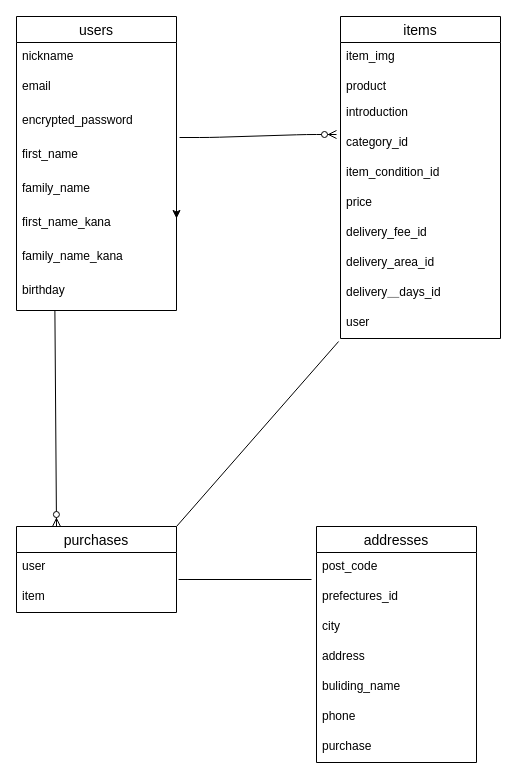
hiroto0308/furima-31075 keeps this draw.io diagram as test.dio. Above is the earlier version. Source tidied: cells renumbered, new cells numbered last; positions are measured from the earlier drawing's top-left corner, leaving out a move shared by most shapes. Both pictures are drawn from the tidied source at 100%, with x=0, y=0 at pixel (16, 16).
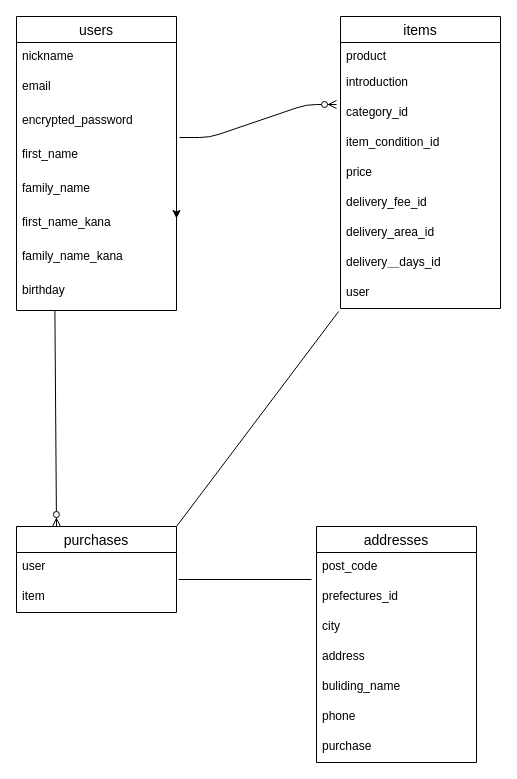
Above is the later version.

Commit message (it also covers changes not shown here):
テーブル設計(修正５)

What changed in the source:
```diff
@@
     <mxCell id="11" value="items" style="swimlane;fontStyle=0;horizontal=1;startSize=26;align=center;fontSize=14;" parent="1" vertex="1">
-      <mxGeometry x="324" width="160" height="322" as="geometry" />
+      <mxGeometry x="324" width="160" height="292" as="geometry" />
     </mxCell>
-    <mxCell id="12" value="item_img" style="text;strokeColor=none;fillColor=none;spacingLeft=4;spacingRight=4;overflow=hidden;fontSize=12;" parent="11" vertex="1">
-      <mxGeometry y="26" width="160" height="30" as="geometry" />
-    </mxCell>
     <mxCell id="13" value="product" style="text;strokeColor=none;fillColor=none;spacingLeft=4;spacingRight=4;overflow=hidden;fontSize=12;" parent="11" vertex="1">
-      <mxGeometry y="56" width="160" height="26" as="geometry" />
+      <mxGeometry y="26" width="160" height="26" as="geometry" />
     </mxCell>
     <mxCell id="14" value="introduction" style="text;strokeColor=none;fillColor=none;spacingLeft=4;spacingRight=4;overflow=hidden;fontSize=12;" parent="11" vertex="1">
-      <mxGeometry y="82" width="160" height="30" as="geometry" />
+      <mxGeometry y="52" width="160" height="30" as="geometry" />
     </mxCell>
     <mxCell id="15" value="category_id&#10;&#10;" style="text;strokeColor=none;fillColor=none;spacingLeft=4;spacingRight=4;overflow=hidden;points=[[0,0.5],[1,0.5]];portConstraint=eastwest;fontSize=12;" parent="11" vertex="1">
-      <mxGeometry y="112" width="160" height="30" as="geometry" />
+      <mxGeometry y="82" width="160" height="30" as="geometry" />
     </mxCell>
     <mxCell id="16" value="item_condition_id" style="text;strokeColor=none;fillColor=none;spacingLeft=4;spacingRight=4;overflow=hidden;fontSize=12;" parent="11" vertex="1">
-      <mxGeometry y="142" width="160" height="30" as="geometry" />
+      <mxGeometry y="112" width="160" height="30" as="geometry" />
     </mxCell>
     <mxCell id="17" value="price&#10;&#10;&#10;" style="text;strokeColor=none;fillColor=none;spacingLeft=4;spacingRight=4;overflow=hidden;fontSize=12;" parent="11" vertex="1">
-      <mxGeometry y="172" width="160" height="30" as="geometry" />
+      <mxGeometry y="142" width="160" height="30" as="geometry" />
     </mxCell>
     <mxCell id="18" value="delivery_fee_id" style="text;strokeColor=none;fillColor=none;spacingLeft=4;spacingRight=4;overflow=hidden;fontSize=12;" parent="11" vertex="1">
-      <mxGeometry y="202" width="160" height="30" as="geometry" />
+      <mxGeometry y="172" width="160" height="30" as="geometry" />
     </mxCell>
     <mxCell id="19" value="delivery_area_id" style="text;strokeColor=none;fillColor=none;spacingLeft=4;spacingRight=4;overflow=hidden;fontSize=12;" parent="11" vertex="1">
-      <mxGeometry y="232" width="160" height="30" as="geometry" />
+      <mxGeometry y="202" width="160" height="30" as="geometry" />
     </mxCell>
     <mxCell id="20" value="delivery＿days_id&#10;" style="text;strokeColor=none;fillColor=none;spacingLeft=4;spacingRight=4;overflow=hidden;fontSize=12;" parent="11" vertex="1">
-      <mxGeometry y="262" width="160" height="30" as="geometry" />
+      <mxGeometry y="232" width="160" height="30" as="geometry" />
     </mxCell>
     <mxCell id="21" value="user" style="text;strokeColor=none;fillColor=none;spacingLeft=4;spacingRight=4;overflow=hidden;points=[[0,0.5],[1,0.5]];portConstraint=eastwest;fontSize=12;" parent="11" vertex="1">
-      <mxGeometry y="292" width="160" height="30" as="geometry" />
+      <mxGeometry y="262" width="160" height="30" as="geometry" />
     </mxCell>
```
